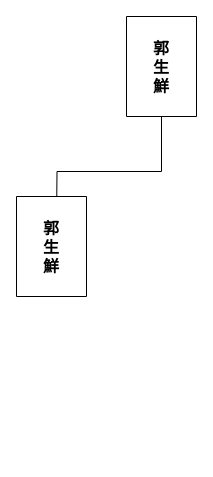
This is Untitled Diagram.drawio from KuoLynn/test_DrawIO, a draw.io file, before an edit. Source tidied: cells renumbered, new cells numbered last; positions are measured from the earlier drawing's top-left corner, leaving out a move shared by most shapes. Both pictures are drawn from the tidied source at 100%, with x=0, y=0 at pixel (16, 16).
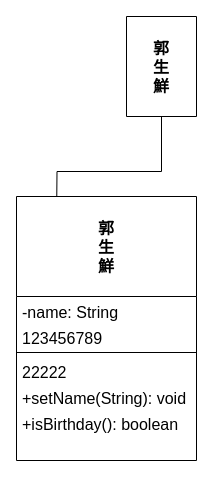
After the change.

Change to the diagram source:
```diff
@@
 <mxGraphModel>
   <root>
     <mxCell id="0" />
     <mxCell id="1" parent="0" />
     <mxCell id="2" style="edgeStyle=orthogonalEdgeStyle;rounded=0;jettySize=auto;html=1;exitX=0.5;exitY=1;exitDx=0;exitDy=0;entryX=0.5;entryY=0;entryDx=0;entryDy=0;fontSize=16;" parent="1" edge="1" source="4">
       <mxGeometry relative="1" as="geometry">
         <mxPoint x="40" y="210" as="targetPoint" />
       </mxGeometry>
     </mxCell>
-    <mxCell id="3" value="郭&#10;生&#10;鮮" style="swimlane;fontStyle=1;horizontal=1;startSize=100;fontSize=16;labelBorderColor=none;labelBackgroundColor=#ffffff;" parent="1" vertex="1" collapsed="1">
-      <mxGeometry y="180" width="70" height="100" as="geometry" />
+    <mxCell id="3" value="郭&#10;生&#10;鮮" style="swimlane;fontStyle=1;horizontal=1;startSize=100;fontSize=16;labelBorderColor=none;labelBackgroundColor=#ffffff;" parent="1" vertex="1">
+      <mxGeometry y="180" width="180" height="264" as="geometry" />
     </mxCell>
+    <mxCell id="5" value="-name: String" style="text;strokeColor=none;fillColor=none;align=left;verticalAlign=top;spacingLeft=4;spacingRight=4;overflow=hidden;fontSize=16;" parent="3" vertex="1">
+      <mxGeometry y="100" width="180" height="26" as="geometry" />
+    </mxCell>
+    <mxCell id="6" value="123456789" style="text;strokeColor=none;fillColor=none;align=left;verticalAlign=top;spacingLeft=4;spacingRight=4;overflow=hidden;fontSize=16;" parent="3" vertex="1">
+      <mxGeometry y="126" width="180" height="26" as="geometry" />
+    </mxCell>
+    <mxCell id="7" style="line;strokeWidth=1;fillColor=none;align=left;verticalAlign=middle;spacingTop=-1;spacingLeft=3;spacingRight=3;labelPosition=right;fontSize=16;" parent="3" vertex="1">
+      <mxGeometry y="152" width="180" height="8" as="geometry" />
+    </mxCell>
+    <mxCell id="8" value="22222" style="text;strokeColor=none;fillColor=none;align=left;verticalAlign=top;spacingLeft=4;spacingRight=4;overflow=hidden;fontSize=16;" parent="3" vertex="1">
+      <mxGeometry y="160" width="180" height="26" as="geometry" />
+    </mxCell>
+    <mxCell id="9" value="+setName(String): void" style="text;strokeColor=none;fillColor=none;align=left;verticalAlign=top;spacingLeft=4;spacingRight=4;overflow=hidden;fontSize=16;" parent="3" vertex="1">
+      <mxGeometry y="186" width="180" height="26" as="geometry" />
+    </mxCell>
+    <mxCell id="10" value="+isBirthday(): boolean" style="text;strokeColor=none;fillColor=none;align=left;verticalAlign=top;spacingLeft=4;spacingRight=4;overflow=hidden;fontSize=16;" parent="3" vertex="1">
+      <mxGeometry y="212" width="180" height="52" as="geometry" />
+    </mxCell>
     <mxCell id="4" value="郭&#10;生&#10;鮮" style="swimlane;fontStyle=1;horizontal=1;startSize=100;fontSize=16;labelBorderColor=none;labelBackgroundColor=#ffffff;" parent="1" vertex="1" collapsed="1">
       <mxGeometry x="110" width="70" height="100" as="geometry" />
     </mxCell>
   </root>
 </mxGraphModel>
```
